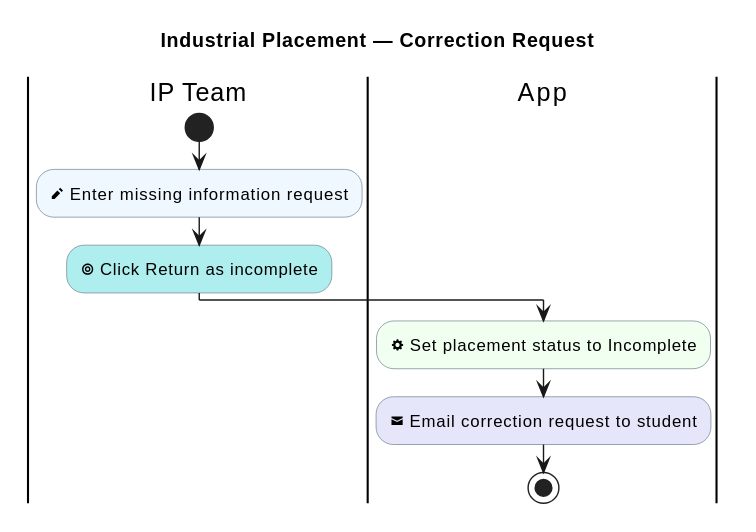
Earlier version of the PlantUML export industrial-placement-group-project/diagrams/industrial-placement/correction-request.svg (sdflkjssl/sdflkjssl.github.io).
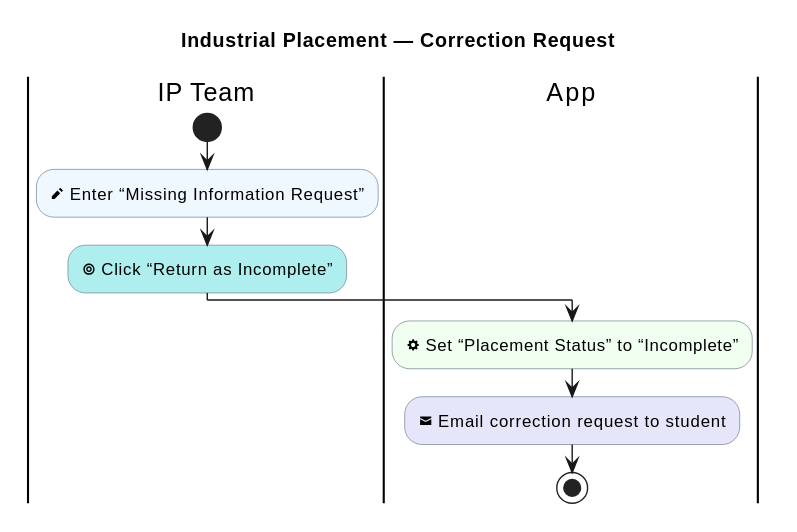
Later version of the same file.

What changed in the source:
```diff
@@ -12,10 +12,10 @@
 
 |IP Team|
 start
-:<&pencil> Enter missing information request; <<#AliceBlue>>
-:<&target> Click Return as incomplete; <<#PaleTurquoise>>
+:<&pencil> Enter “Missing Information Request”; <<#AliceBlue>>
+:<&target> Click “Return as Incomplete”; <<#PaleTurquoise>>
 |App|
-:<&cog> Set placement status to Incomplete; <<#HoneyDew>>
+:<&cog> Set “Placement Status” to “Incomplete”; <<#HoneyDew>>
 :<&envelope-closed> Email correction request to student; <<#Lavender>>
 stop
 @enduml
```
